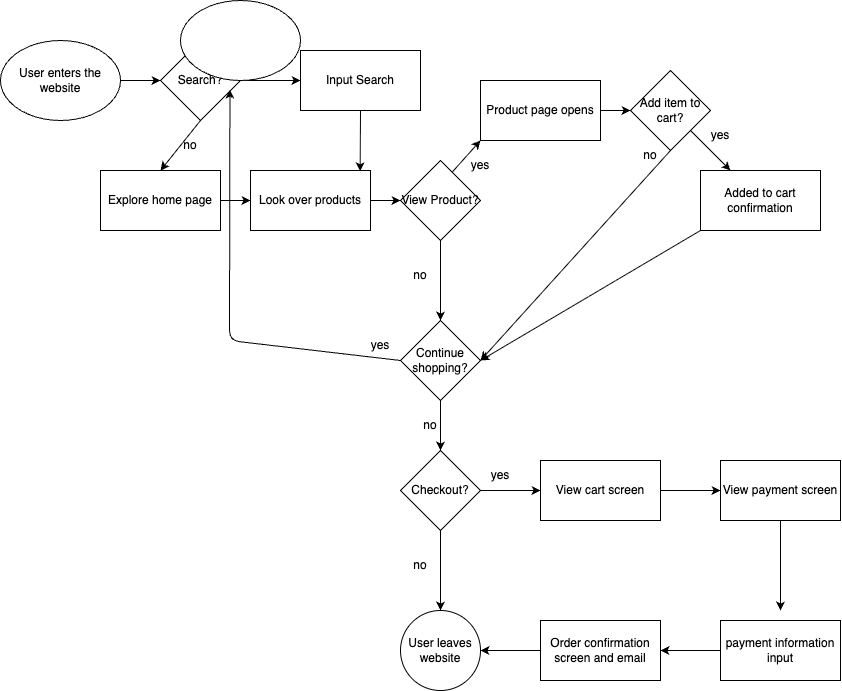
Earlier version of the draw.io export explore/diagramming/diagram.drawio.png (kalyssa-choy/sp26-cse110-lab4). Source tidied: cells renumbered, new cells last; positions are measured from the earlier drawing's top-left corner, leaving out a move shared by most shapes.
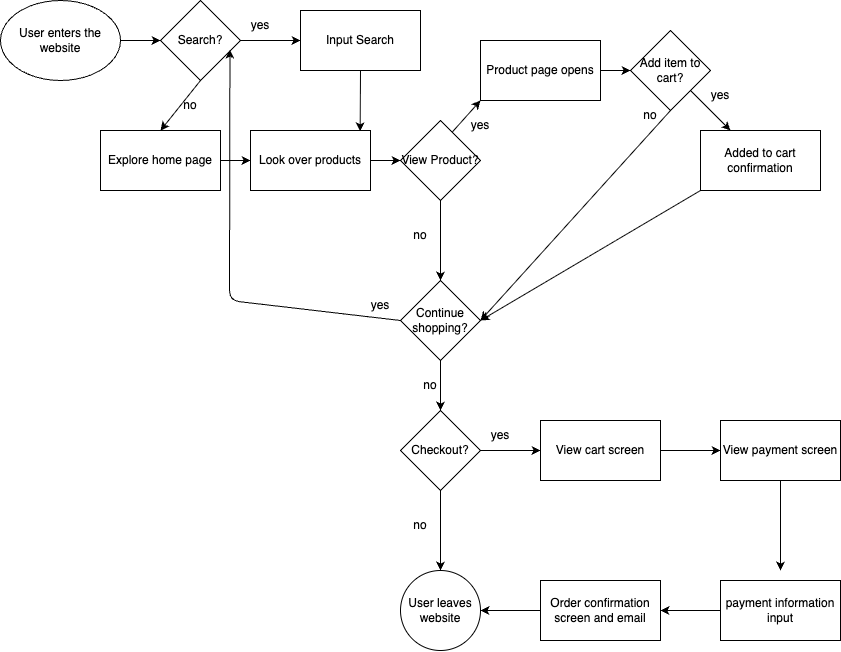
Above is the later version.

What changed in the source:
```diff
@@ -155,8 +155,5 @@
     <mxCell id="48" value="Product page opens" style="rounded=0;whiteSpace=wrap;html=1;" parent="1" vertex="1">
       <mxGeometry x="480" y="80" width="120" height="60" as="geometry" />
     </mxCell>
-    <mxCell id="49" style="ellipse;whiteSpace=wrap;html=1;" parent="1" vertex="1">
-      <mxGeometry x="180" width="120" height="80" as="geometry" />
-    </mxCell>
   </root>
 </mxGraphModel>
```
